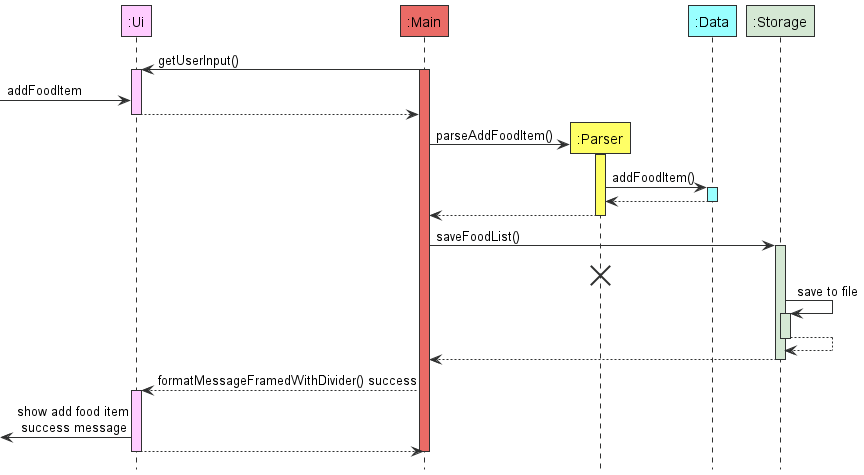
This is docs/images/Architecture.png from tryyang2001/tp, a PlantUML export, as it was before one commit.
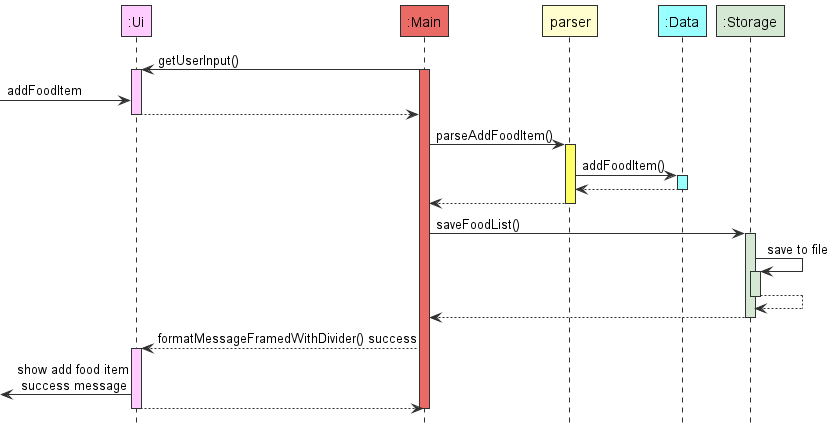
The same diagram one commit later.

What changed in the source:
```diff
@@ -8,7 +8,6 @@
 main++ MAIN_COLOUR
 -> ui   UI_COLOUR : addFoodItem
 ui --> main --
-create ":Parser" as parser LOGIC_COLOUR
 main -> parser ++ LOGIC_COLOUR : parseAddFoodItem()
 participant ":Data" as itemlist DATA_COLOUR
 parser -> itemlist ++ DATA_COLOUR : addFoodItem()
@@ -16,7 +15,6 @@
 parser --> main --
 participant ":Storage" as storage STORAGE_COLOUR
 main -> storage ++ STORAGE_COLOUR: saveFoodList()
-destroy parser
 storage -> storage ++ STORAGE_COLOUR: save to file
 storage --> storage --
 storage --> main --
```
